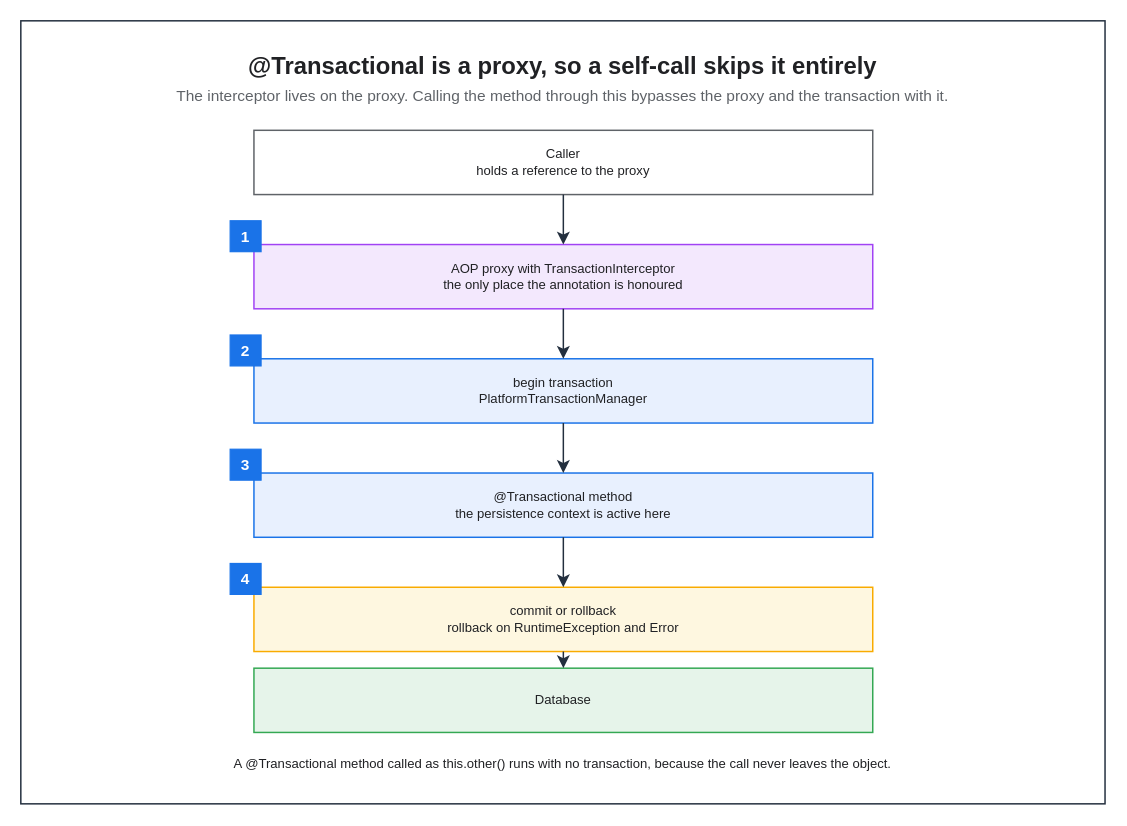
This is assets/img/spring/spring-17-transactional-proxy.drawio from KKamJi98/kkamji98.github.io, a draw.io file, before an edit. Source tidied: cells renumbered, new cells numbered last; positions are measured from the earlier drawing's top-left corner, leaving out a move shared by most shapes. Both pictures are drawn from the tidied source at 119%, with x=0, y=0 at pixel (20, 20).
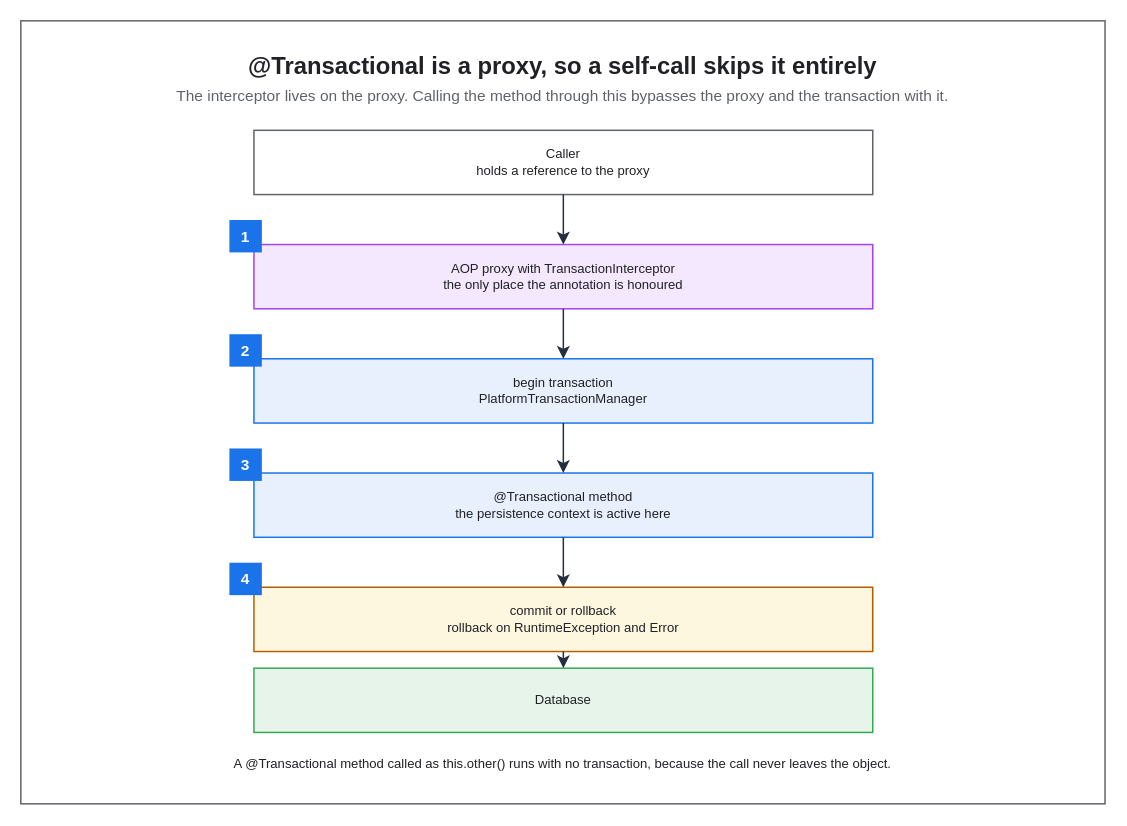
The same page after the edit.

Diff of the diagram source:
```diff
@@
-    <mxCell id="2" style="rounded=0;html=0;fillColor=none;strokeColor=#232F3E;fontColor=#202124;strokeWidth=1.25;" parent="1" vertex="1">
+    <mxCell id="2" style="rounded=0;html=0;fillColor=none;strokeColor=#5F6368;fontColor=#202124;strokeWidth=1.25;" parent="1" vertex="1">
       <mxGeometry width="911.1" height="658" as="geometry" />
     </mxCell>
@@
-    <mxCell id="9" value="commit or rollback&#10;rollback on RuntimeException and Error" style="rounded=0;whiteSpace=wrap;html=0;fillColor=#FEF7E0;strokeColor=#F9AB00;fontColor=#202124;fontSize=11;fontStyle=0;align=center;verticalAlign=middle;spacingLeft=6;spacingRight=6;strokeWidth=1.25;" parent="1" vertex="1">
+    <mxCell id="9" value="commit or rollback&#10;rollback on RuntimeException and Error" style="rounded=0;whiteSpace=wrap;html=0;fillColor=#FEF7E0;strokeColor=#B06000;fontColor=#202124;fontSize=11;fontStyle=0;align=center;verticalAlign=middle;spacingLeft=6;spacingRight=6;strokeWidth=1.25;" parent="1" vertex="1">
       <mxGeometry x="195.9" y="476" width="520" height="54" as="geometry" />
     </mxCell>
@@
-    <mxCell id="12" value="1" style="rounded=0;whiteSpace=wrap;html=0;fillColor=#1A73E8;strokeColor=#1A73E8;fontColor=#FFFFFF;fontSize=13;fontStyle=1;align=center;verticalAlign=middle;" parent="1" vertex="1">
+    <mxCell id="12" value="1" style="rounded=0;whiteSpace=wrap;html=0;fillColor=#1A73E8;strokeColor=#1A73E8;fontColor=#FFFFFF;fontSize=13;fontStyle=1;align=center;verticalAlign=middle;strokeWidth=1.25;" parent="1" vertex="1">
       <mxGeometry x="175.9" y="168" width="26" height="26" as="geometry" />
     </mxCell>
-    <mxCell id="13" value="2" style="rounded=0;whiteSpace=wrap;html=0;fillColor=#1A73E8;strokeColor=#1A73E8;fontColor=#FFFFFF;fontSize=13;fontStyle=1;align=center;verticalAlign=middle;" parent="1" vertex="1">
+    <mxCell id="13" value="2" style="rounded=0;whiteSpace=wrap;html=0;fillColor=#1A73E8;strokeColor=#1A73E8;fontColor=#FFFFFF;fontSize=13;fontStyle=1;align=center;verticalAlign=middle;strokeWidth=1.25;" parent="1" vertex="1">
       <mxGeometry x="175.9" y="264" width="26" height="26" as="geometry" />
     </mxCell>
-    <mxCell id="14" value="3" style="rounded=0;whiteSpace=wrap;html=0;fillColor=#1A73E8;strokeColor=#1A73E8;fontColor=#FFFFFF;fontSize=13;fontStyle=1;align=center;verticalAlign=middle;" parent="1" vertex="1">
+    <mxCell id="14" value="3" style="rounded=0;whiteSpace=wrap;html=0;fillColor=#1A73E8;strokeColor=#1A73E8;fontColor=#FFFFFF;fontSize=13;fontStyle=1;align=center;verticalAlign=middle;strokeWidth=1.25;" parent="1" vertex="1">
       <mxGeometry x="175.9" y="360" width="26" height="26" as="geometry" />
     </mxCell>
-    <mxCell id="15" value="4" style="rounded=0;whiteSpace=wrap;html=0;fillColor=#1A73E8;strokeColor=#1A73E8;fontColor=#FFFFFF;fontSize=13;fontStyle=1;align=center;verticalAlign=middle;" parent="1" vertex="1">
+    <mxCell id="15" value="4" style="rounded=0;whiteSpace=wrap;html=0;fillColor=#1A73E8;strokeColor=#1A73E8;fontColor=#FFFFFF;fontSize=13;fontStyle=1;align=center;verticalAlign=middle;strokeWidth=1.25;" parent="1" vertex="1">
       <mxGeometry x="175.9" y="456" width="26" height="26" as="geometry" />
     </mxCell>
```
